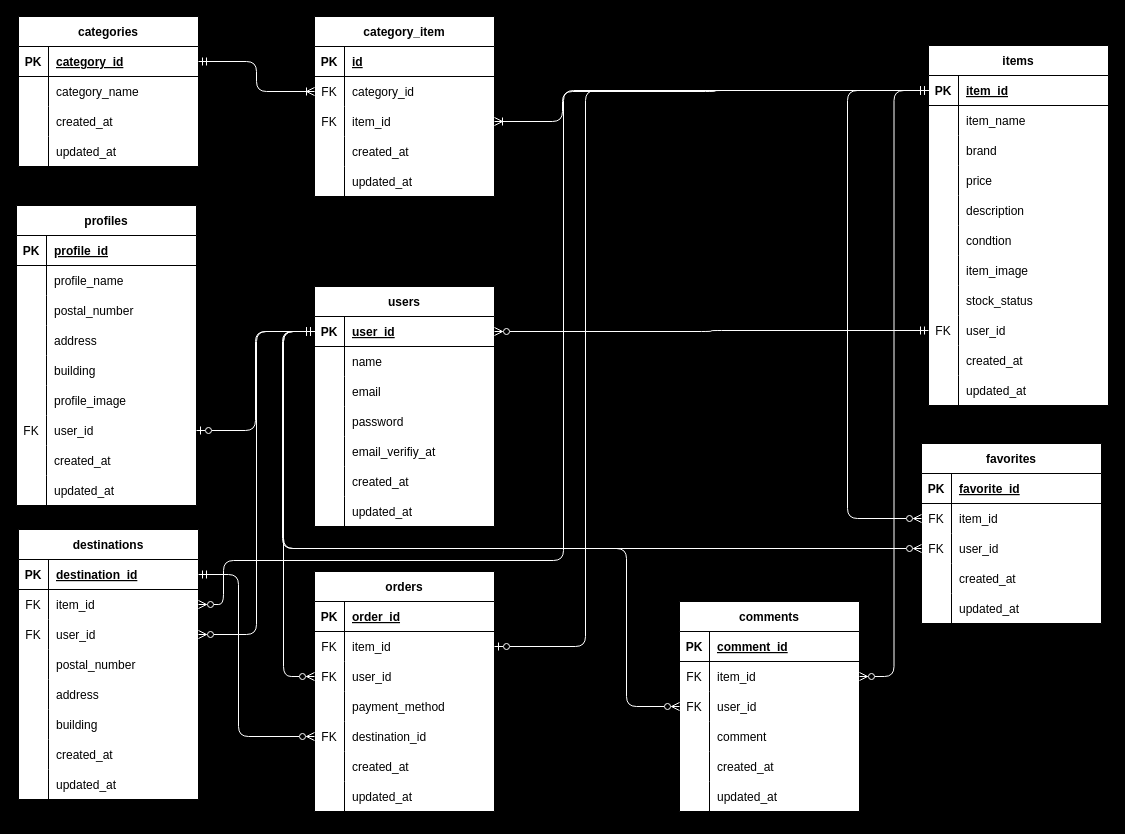
The draw.io diagram flea_markets_er.dio in ayuka-maruyama/coachtech_flea_markets, before the edit. Source tidied: cells renumbered, new cells numbered last; positions are measured from the earlier drawing's top-left corner, leaving out a move shared by most shapes. Both pictures are drawn from the tidied source at 100%, with x=0, y=0 at pixel (16, 16).
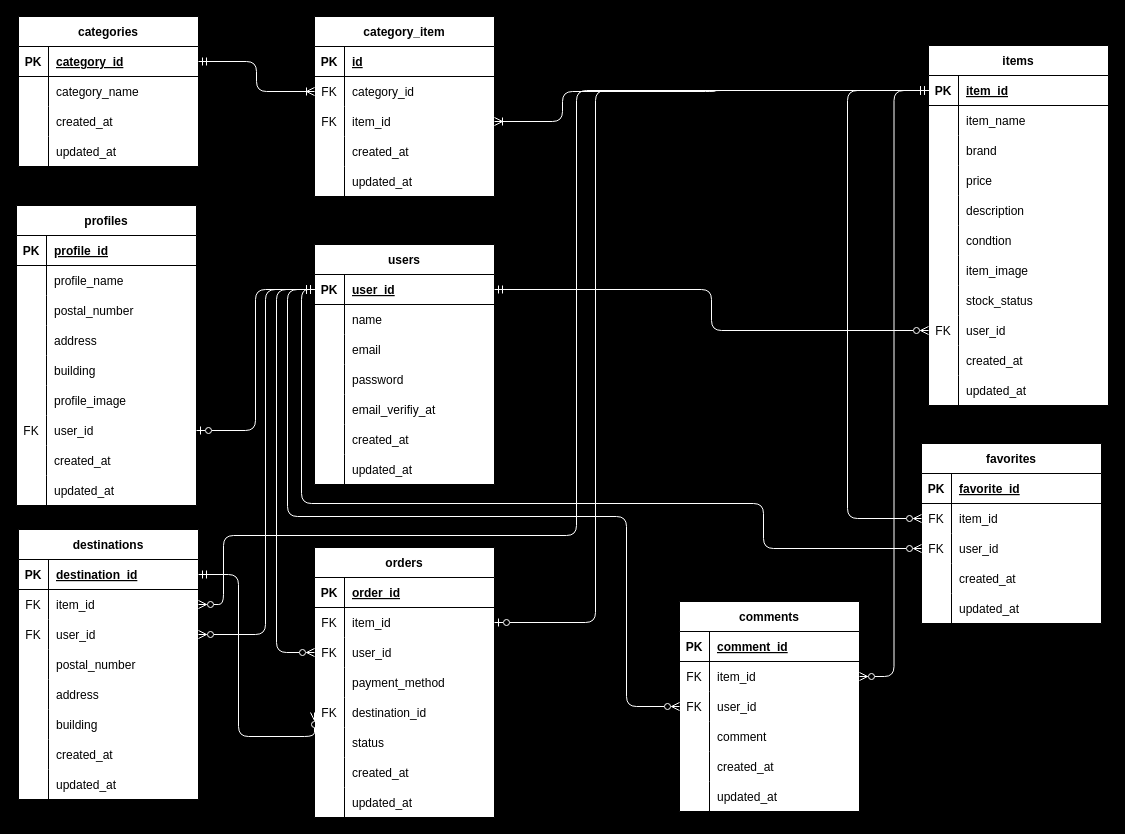
Above is the later version.

Commit message:
ER図とテーブル仕様書、マイグレーションファイル突合によるカラム名修正

Unchanged cells that the change refers to:
```xml
<mxCell id="16" style="shape=tableRow;horizontal=0;startSize=0;swimlaneHead=0;swimlaneBody=0;fillColor=none;points=[[0,0.5],[1,0.5]];portConstraint=eastwest;top=0;left=0;right=0;bottom=1;" parent="15" vertex="1">
  <mxGeometry y="30" width="180" height="30" as="geometry" />
</mxCell>
<mxCell id="54" style="shape=tableRow;horizontal=0;startSize=0;swimlaneHead=0;swimlaneBody=0;fillColor=none;points=[[0,0.5],[1,0.5]];portConstraint=eastwest;top=0;left=0;right=0;bottom=1;" parent="53" vertex="1">
  <mxGeometry y="30" width="180" height="30" as="geometry" />
</mxCell>
<mxCell id="78" style="shape=tableRow;horizontal=0;startSize=0;swimlaneHead=0;swimlaneBody=0;fillColor=none;points=[[0,0.5],[1,0.5]];portConstraint=eastwest;top=0;left=0;right=0;bottom=0;" parent="53" vertex="1">
  <mxGeometry y="270" width="180" height="30" as="geometry" />
</mxCell>
<mxCell id="91" style="shape=tableRow;horizontal=0;startSize=0;swimlaneHead=0;swimlaneBody=0;fillColor=none;points=[[0,0.5],[1,0.5]];portConstraint=eastwest;top=0;left=0;right=0;bottom=0;" parent="87" vertex="1">
  <mxGeometry y="60" width="180" height="30" as="geometry" />
</mxCell>
<mxCell id="94" style="shape=tableRow;horizontal=0;startSize=0;swimlaneHead=0;swimlaneBody=0;fillColor=none;points=[[0,0.5],[1,0.5]];portConstraint=eastwest;top=0;left=0;right=0;bottom=0;" parent="87" vertex="1">
  <mxGeometry y="90" width="180" height="30" as="geometry" />
</mxCell>
<mxCell id="141" style="shape=tableRow;horizontal=0;startSize=0;swimlaneHead=0;swimlaneBody=0;fillColor=none;points=[[0,0.5],[1,0.5]];portConstraint=eastwest;top=0;left=0;right=0;bottom=0;" parent="137" vertex="1">
  <mxGeometry y="60" width="180" height="30" as="geometry" />
</mxCell>
<mxCell id="144" style="shape=tableRow;horizontal=0;startSize=0;swimlaneHead=0;swimlaneBody=0;fillColor=none;points=[[0,0.5],[1,0.5]];portConstraint=eastwest;top=0;left=0;right=0;bottom=0;" parent="137" vertex="1">
  <mxGeometry y="90" width="180" height="30" as="geometry" />
</mxCell>
<mxCell id="169" style="shape=tableRow;horizontal=0;startSize=0;swimlaneHead=0;swimlaneBody=0;fillColor=none;points=[[0,0.5],[1,0.5]];portConstraint=eastwest;top=0;left=0;right=0;bottom=0;" parent="162" vertex="1">
  <mxGeometry y="90" width="180" height="30" as="geometry" />
</mxCell>
<mxCell id="188" style="shape=tableRow;horizontal=0;startSize=0;swimlaneHead=0;swimlaneBody=0;fillColor=none;points=[[0,0.5],[1,0.5]];portConstraint=eastwest;top=0;left=0;right=0;bottom=0;" parent="181" vertex="1">
  <mxGeometry y="90" width="180" height="30" as="geometry" />
</mxCell>
```

Change to the diagram source:
```diff
@@
     <mxCell id="15" value="users" style="shape=table;startSize=30;childLayout=tableLayout;rowLines=0;fontStyle=1;align=center;fillColor=default;swimlaneFillColor=default;" parent="1" vertex="1">
-      <mxGeometry x="298" y="270" width="180" height="240" as="geometry" />
+      <mxGeometry x="298" y="228" width="180" height="240" as="geometry" />
     </mxCell>
@@
     <mxCell id="87" value="orders" style="shape=table;startSize=30;childLayout=tableLayout;rowLines=0;fontStyle=1;align=center;fillColor=default;swimlaneFillColor=default;" parent="1" vertex="1">
-      <mxGeometry x="298" y="555" width="180" height="240" as="geometry" />
+      <mxGeometry x="298" y="531" width="180" height="270" as="geometry" />
     </mxCell>
@@
+    <mxCell id="210" style="shape=tableRow;horizontal=0;startSize=0;swimlaneHead=0;swimlaneBody=0;fillColor=none;top=0;left=0;right=0;bottom=0;" parent="87" vertex="1">
+      <mxGeometry y="180" width="180" height="30" as="geometry" />
+    </mxCell>
+    <mxCell id="211" style="shape=partialRectangle;fillColor=none;top=0;left=0;bottom=0;right=0;overflow=hidden;" parent="210" vertex="1">
+      <mxGeometry width="30" height="30" as="geometry" />
+    </mxCell>
+    <mxCell id="212" value="status" style="shape=partialRectangle;fillColor=none;top=0;left=0;bottom=0;right=0;align=left;spacingLeft=6;overflow=hidden;" parent="210" vertex="1">
+      <mxGeometry x="30" width="150" height="30" as="geometry" />
+    </mxCell>
     <mxCell id="103" style="shape=tableRow;horizontal=0;startSize=0;swimlaneHead=0;swimlaneBody=0;fillColor=none;top=0;left=0;right=0;bottom=0;" parent="87" vertex="1">
-      <mxGeometry y="180" width="180" height="30" as="geometry" />
+      <mxGeometry y="210" width="180" height="30" as="geometry" />
     </mxCell>
@@
     <mxCell id="106" style="shape=tableRow;horizontal=0;startSize=0;swimlaneHead=0;swimlaneBody=0;fillColor=none;top=0;left=0;right=0;bottom=0;" parent="87" vertex="1">
-      <mxGeometry y="210" width="180" height="30" as="geometry" />
+      <mxGeometry y="240" width="180" height="30" as="geometry" />
     </mxCell>
@@
-    <mxCell id="200" style="edgeStyle=orthogonalEdgeStyle;html=1;exitX=1;exitY=0.5;exitDx=0;exitDy=0;entryX=0;entryY=0.5;entryDx=0;entryDy=0;strokeColor=#FFFFFF;startArrow=ERzeroToMany;startFill=0;endArrow=ERmandOne;endFill=0;" parent="1" edge="1" source="16" target="78">
-      <mxGeometry relative="1" as="geometry" />
-    </mxCell>
     <mxCell id="201" style="edgeStyle=orthogonalEdgeStyle;html=1;exitX=1;exitY=0.5;exitDx=0;exitDy=0;strokeColor=#FFFFFF;startArrow=ERzeroToOne;startFill=0;endArrow=ERmandOne;endFill=0;" parent="1" edge="1" source="91" target="54">
       <mxGeometry relative="1" as="geometry">
         <Array as="points">
-          <mxPoint x="569" y="630" />
-          <mxPoint x="569" y="74" />
+          <mxPoint x="579" y="606" />
+          <mxPoint x="579" y="74" />
         </Array>
       </mxGeometry>
     </mxCell>
     <mxCell id="202" style="edgeStyle=orthogonalEdgeStyle;html=1;exitX=0;exitY=0.5;exitDx=0;exitDy=0;entryX=0;entryY=0.5;entryDx=0;entryDy=0;strokeColor=#FFFFFF;startArrow=ERzeroToMany;startFill=0;endArrow=ERmandOne;endFill=0;" parent="1" edge="1" source="94" target="16">
       <mxGeometry relative="1" as="geometry">
         <Array as="points">
-          <mxPoint x="267" y="660" />
-          <mxPoint x="267" y="315" />
+          <mxPoint x="260" y="636" />
+          <mxPoint x="260" y="273" />
         </Array>
       </mxGeometry>
     </mxCell>
@@
     <mxCell id="205" style="edgeStyle=orthogonalEdgeStyle;html=1;exitX=0;exitY=0.5;exitDx=0;exitDy=0;entryX=0;entryY=0.5;entryDx=0;entryDy=0;strokeColor=#FFFFFF;startArrow=ERzeroToMany;startFill=0;endArrow=ERmandOne;endFill=0;" parent="1" edge="1" source="188" target="16">
       <mxGeometry relative="1" as="geometry">
         <Array as="points">
-          <mxPoint x="267" y="532" />
-          <mxPoint x="267" y="315" />
+          <mxPoint x="747" y="532" />
+          <mxPoint x="747" y="487" />
+          <mxPoint x="285" y="487" />
+          <mxPoint x="285" y="273" />
         </Array>
       </mxGeometry>
     </mxCell>
     <mxCell id="206" style="edgeStyle=orthogonalEdgeStyle;html=1;exitX=0;exitY=0.5;exitDx=0;exitDy=0;entryX=0;entryY=0.5;entryDx=0;entryDy=0;strokeColor=#FFFFFF;startArrow=ERzeroToMany;startFill=0;endArrow=ERmandOne;endFill=0;" parent="1" edge="1" source="169" target="16">
       <mxGeometry relative="1" as="geometry">
         <Array as="points">
           <mxPoint x="610" y="690" />
-          <mxPoint x="610" y="532" />
-          <mxPoint x="266" y="532" />
-          <mxPoint x="266" y="315" />
+          <mxPoint x="610" y="500" />
+          <mxPoint x="271" y="500" />
+          <mxPoint x="271" y="273" />
         </Array>
       </mxGeometry>
     </mxCell>
     <mxCell id="207" style="edgeStyle=orthogonalEdgeStyle;html=1;endArrow=ERmandOne;endFill=0;startArrow=ERzeroToMany;startFill=0;strokeColor=#FFFFFF;" parent="1" edge="1" source="144" target="16">
-      <mxGeometry relative="1" as="geometry" />
+      <mxGeometry relative="1" as="geometry">
+        <Array as="points">
+          <mxPoint x="249" y="618" />
+          <mxPoint x="249" y="273" />
+        </Array>
+      </mxGeometry>
     </mxCell>
     <mxCell id="208" style="edgeStyle=orthogonalEdgeStyle;html=1;exitX=1;exitY=0.5;exitDx=0;exitDy=0;entryX=0;entryY=0.5;entryDx=0;entryDy=0;startArrow=ERzeroToMany;startFill=0;endArrow=ERmandOne;endFill=0;strokeColor=#FFFFFF;" parent="1" edge="1" source="141" target="54">
       <mxGeometry relative="1" as="geometry">
         <Array as="points">
           <mxPoint x="207" y="588" />
-          <mxPoint x="207" y="544" />
-          <mxPoint x="547" y="544" />
-          <mxPoint x="547" y="74" />
+          <mxPoint x="207" y="519" />
+          <mxPoint x="560" y="519" />
+          <mxPoint x="560" y="74" />
         </Array>
       </mxGeometry>
     </mxCell>
@@
+    <mxCell id="200" style="edgeStyle=orthogonalEdgeStyle;html=1;exitX=1;exitY=0.5;exitDx=0;exitDy=0;entryX=0;entryY=0.5;entryDx=0;entryDy=0;startArrow=ERmandOne;startFill=0;endArrow=ERzeroToMany;endFill=0;strokeColor=#FFFFFF;" parent="1" edge="1" source="16" target="78">
+      <mxGeometry relative="1" as="geometry" />
+    </mxCell>
```
